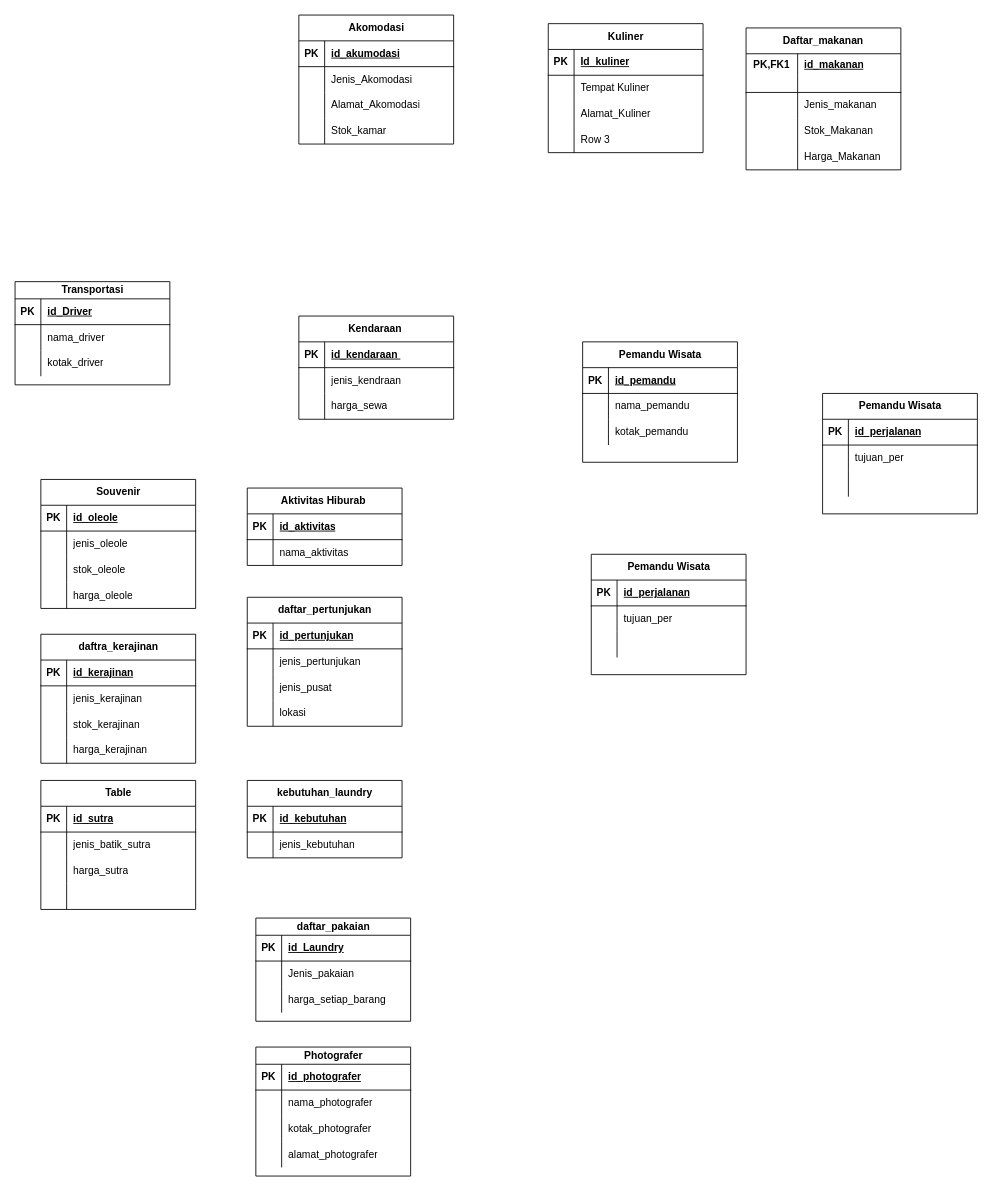
Above: Diagram Tanpa Judul.drawio in NayaRPL/78 (draw.io), before the change. Source tidied: cells renumbered, new cells numbered last; positions are measured from the earlier drawing's top-left corner, leaving out a move shared by most shapes. Both pictures are drawn from the tidied source at 86%, with x=0, y=0 at pixel (15, 15).
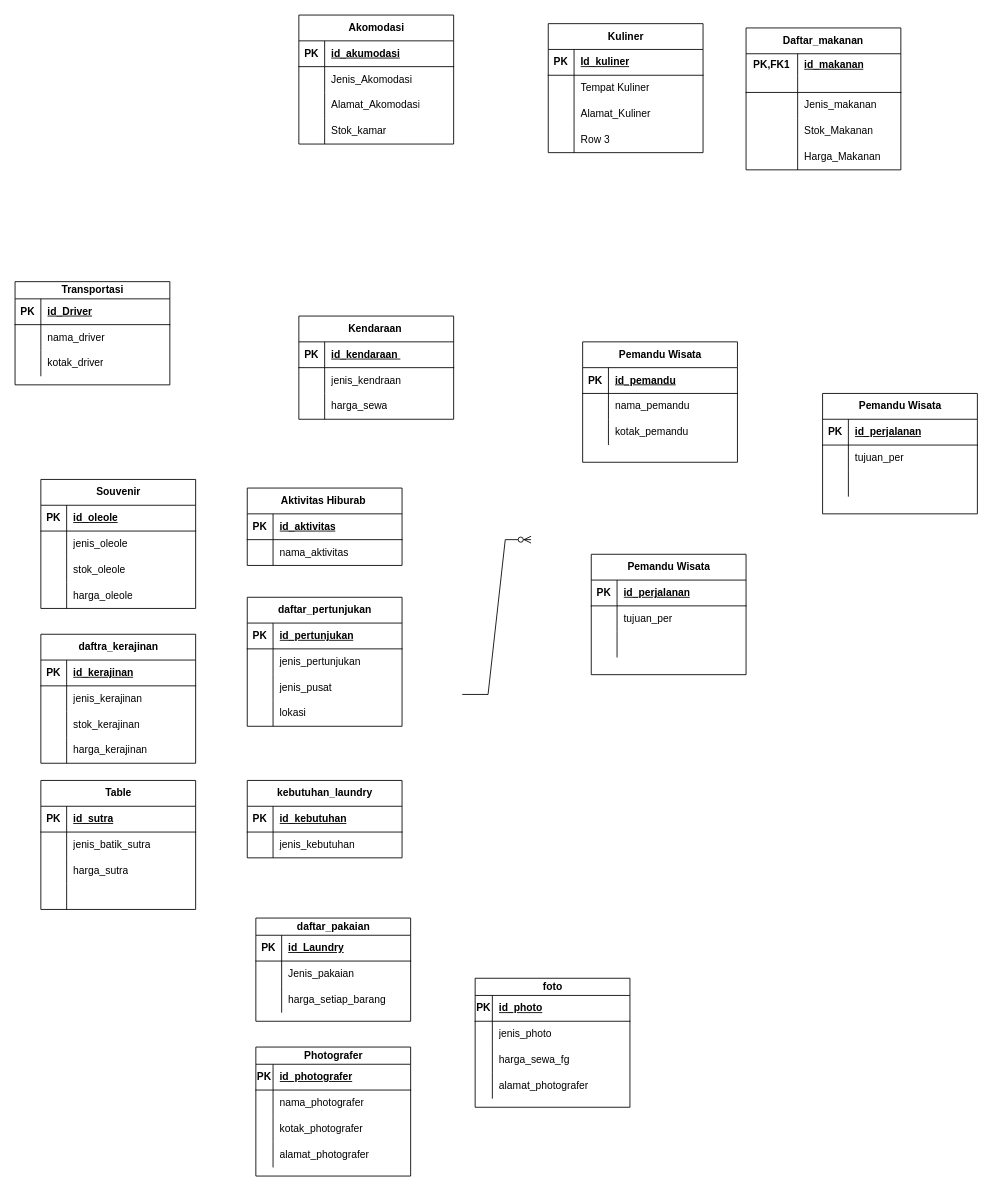
After the change.

Unchanged cells that the change refers to:
```xml
<mxCell id="171" style="shape=tableRow;horizontal=0;startSize=0;swimlaneHead=0;swimlaneBody=0;fillColor=none;top=0;left=0;right=0;bottom=1;" parent="170" vertex="1">
  <mxGeometry y="20" width="180" height="30" as="geometry" />
</mxCell>
<mxCell id="174" style="shape=tableRow;horizontal=0;startSize=0;swimlaneHead=0;swimlaneBody=0;fillColor=none;top=0;left=0;right=0;bottom=0;" parent="170" vertex="1">
  <mxGeometry y="50" width="180" height="30" as="geometry" />
</mxCell>
<mxCell id="177" style="shape=tableRow;horizontal=0;startSize=0;swimlaneHead=0;swimlaneBody=0;fillColor=none;top=0;left=0;right=0;bottom=0;" parent="170" vertex="1">
  <mxGeometry y="80" width="180" height="30" as="geometry" />
</mxCell>
<mxCell id="180" style="shape=tableRow;horizontal=0;startSize=0;swimlaneHead=0;swimlaneBody=0;fillColor=none;top=0;left=0;right=0;bottom=0;" parent="170" vertex="1">
  <mxGeometry y="110" width="180" height="30" as="geometry" />
</mxCell>
```

The edit, as a diff of the source:
```diff
@@
     <mxCell id="172" value="PK" style="shape=partialRectangle;fillColor=none;top=0;left=0;bottom=0;right=0;fontStyle=1;overflow=hidden;whiteSpace=wrap;html=1;" parent="171" vertex="1">
-      <mxGeometry width="30" height="30" as="geometry" />
+      <mxGeometry width="20" height="30" as="geometry" />
     </mxCell>
     <mxCell id="173" value="id_photografer" style="shape=partialRectangle;fillColor=none;top=0;left=0;bottom=0;right=0;align=left;spacingLeft=6;fontStyle=5;overflow=hidden;whiteSpace=wrap;html=1;" parent="171" vertex="1">
-      <mxGeometry x="30" width="150" height="30" as="geometry" />
+      <mxGeometry x="20" width="160" height="30" as="geometry" />
     </mxCell>
@@
     <mxCell id="175" style="shape=partialRectangle;fillColor=none;top=0;left=0;bottom=0;right=0;overflow=hidden;whiteSpace=wrap;html=1;" parent="174" vertex="1">
-      <mxGeometry width="30" height="30" as="geometry" />
+      <mxGeometry width="20" height="30" as="geometry" />
     </mxCell>
     <mxCell id="176" value="nama_photografer" style="shape=partialRectangle;fillColor=none;top=0;left=0;bottom=0;right=0;align=left;spacingLeft=6;overflow=hidden;whiteSpace=wrap;html=1;" parent="174" vertex="1">
-      <mxGeometry x="30" width="150" height="30" as="geometry" />
+      <mxGeometry x="20" width="160" height="30" as="geometry" />
     </mxCell>
@@
     <mxCell id="178" style="shape=partialRectangle;fillColor=none;top=0;left=0;bottom=0;right=0;overflow=hidden;whiteSpace=wrap;html=1;" parent="177" vertex="1">
-      <mxGeometry width="30" height="30" as="geometry" />
+      <mxGeometry width="20" height="30" as="geometry" />
     </mxCell>
     <mxCell id="179" value="kotak_photografer" style="shape=partialRectangle;fillColor=none;top=0;left=0;bottom=0;right=0;align=left;spacingLeft=6;overflow=hidden;whiteSpace=wrap;html=1;" parent="177" vertex="1">
-      <mxGeometry x="30" width="150" height="30" as="geometry" />
+      <mxGeometry x="20" width="160" height="30" as="geometry" />
     </mxCell>
@@
     <mxCell id="181" style="shape=partialRectangle;fillColor=none;top=0;left=0;bottom=0;right=0;overflow=hidden;whiteSpace=wrap;html=1;" parent="180" vertex="1">
-      <mxGeometry width="30" height="30" as="geometry" />
+      <mxGeometry width="20" height="30" as="geometry" />
     </mxCell>
     <mxCell id="182" value="alamat_photografer" style="shape=partialRectangle;fillColor=none;top=0;left=0;bottom=0;right=0;align=left;spacingLeft=6;overflow=hidden;whiteSpace=wrap;html=1;" parent="180" vertex="1">
-      <mxGeometry x="30" width="150" height="30" as="geometry" />
+      <mxGeometry x="20" width="160" height="30" as="geometry" />
     </mxCell>
+    <mxCell id="183" style="edgeStyle=entityRelationEdgeStyle;fontSize=12;html=1;endArrow=ERzeroToMany;endFill=1;rounded=0;" parent="1" edge="1">
+      <mxGeometry relative="1" as="geometry">
+        <mxPoint x="520" y="790" as="sourcePoint" />
+        <mxPoint x="600" y="610" as="targetPoint" />
+      </mxGeometry>
+    </mxCell>
+    <mxCell id="184" value="foto" style="shape=table;startSize=20;childLayout=tableLayout;rowLines=0;fontStyle=1;align=center;html=1;" parent="1" vertex="1">
+      <mxGeometry x="535" y="1120" width="180" height="150" as="geometry" />
+    </mxCell>
+    <mxCell id="185" style="shape=tableRow;horizontal=0;startSize=0;swimlaneHead=0;swimlaneBody=0;fillColor=none;top=0;left=0;right=0;bottom=1;" parent="184" vertex="1">
+      <mxGeometry y="20" width="180" height="30" as="geometry" />
+    </mxCell>
+    <mxCell id="186" value="PK" style="shape=partialRectangle;fillColor=none;top=0;left=0;bottom=0;right=0;fontStyle=1;overflow=hidden;whiteSpace=wrap;html=1;" parent="185" vertex="1">
+      <mxGeometry width="20" height="30" as="geometry" />
+    </mxCell>
+    <mxCell id="187" value="id_photo" style="shape=partialRectangle;fillColor=none;top=0;left=0;bottom=0;right=0;align=left;spacingLeft=6;fontStyle=5;overflow=hidden;whiteSpace=wrap;html=1;" parent="185" vertex="1">
+      <mxGeometry x="20" width="160" height="30" as="geometry" />
+    </mxCell>
+    <mxCell id="188" style="shape=tableRow;horizontal=0;startSize=0;swimlaneHead=0;swimlaneBody=0;fillColor=none;top=0;left=0;right=0;bottom=0;" parent="184" vertex="1">
+      <mxGeometry y="50" width="180" height="30" as="geometry" />
+    </mxCell>
+    <mxCell id="189" style="shape=partialRectangle;fillColor=none;top=0;left=0;bottom=0;right=0;overflow=hidden;whiteSpace=wrap;html=1;" parent="188" vertex="1">
+      <mxGeometry width="20" height="30" as="geometry" />
+    </mxCell>
+    <mxCell id="190" value="jenis_photo" style="shape=partialRectangle;fillColor=none;top=0;left=0;bottom=0;right=0;align=left;spacingLeft=6;overflow=hidden;whiteSpace=wrap;html=1;" parent="188" vertex="1">
+      <mxGeometry x="20" width="160" height="30" as="geometry" />
+    </mxCell>
+    <mxCell id="191" style="shape=tableRow;horizontal=0;startSize=0;swimlaneHead=0;swimlaneBody=0;fillColor=none;top=0;left=0;right=0;bottom=0;" parent="184" vertex="1">
+      <mxGeometry y="80" width="180" height="30" as="geometry" />
+    </mxCell>
+    <mxCell id="192" style="shape=partialRectangle;fillColor=none;top=0;left=0;bottom=0;right=0;overflow=hidden;whiteSpace=wrap;html=1;" parent="191" vertex="1">
+      <mxGeometry width="20" height="30" as="geometry" />
+    </mxCell>
+    <mxCell id="193" value="harga_sewa_fg" style="shape=partialRectangle;fillColor=none;top=0;left=0;bottom=0;right=0;align=left;spacingLeft=6;overflow=hidden;whiteSpace=wrap;html=1;" parent="191" vertex="1">
+      <mxGeometry x="20" width="160" height="30" as="geometry" />
+    </mxCell>
+    <mxCell id="194" style="shape=tableRow;horizontal=0;startSize=0;swimlaneHead=0;swimlaneBody=0;fillColor=none;top=0;left=0;right=0;bottom=0;" parent="184" vertex="1">
+      <mxGeometry y="110" width="180" height="30" as="geometry" />
+    </mxCell>
+    <mxCell id="195" style="shape=partialRectangle;fillColor=none;top=0;left=0;bottom=0;right=0;overflow=hidden;whiteSpace=wrap;html=1;" parent="194" vertex="1">
+      <mxGeometry width="20" height="30" as="geometry" />
+    </mxCell>
+    <mxCell id="196" value="alamat_photografer" style="shape=partialRectangle;fillColor=none;top=0;left=0;bottom=0;right=0;align=left;spacingLeft=6;overflow=hidden;whiteSpace=wrap;html=1;" parent="194" vertex="1">
+      <mxGeometry x="20" width="160" height="30" as="geometry" />
+    </mxCell>
```
